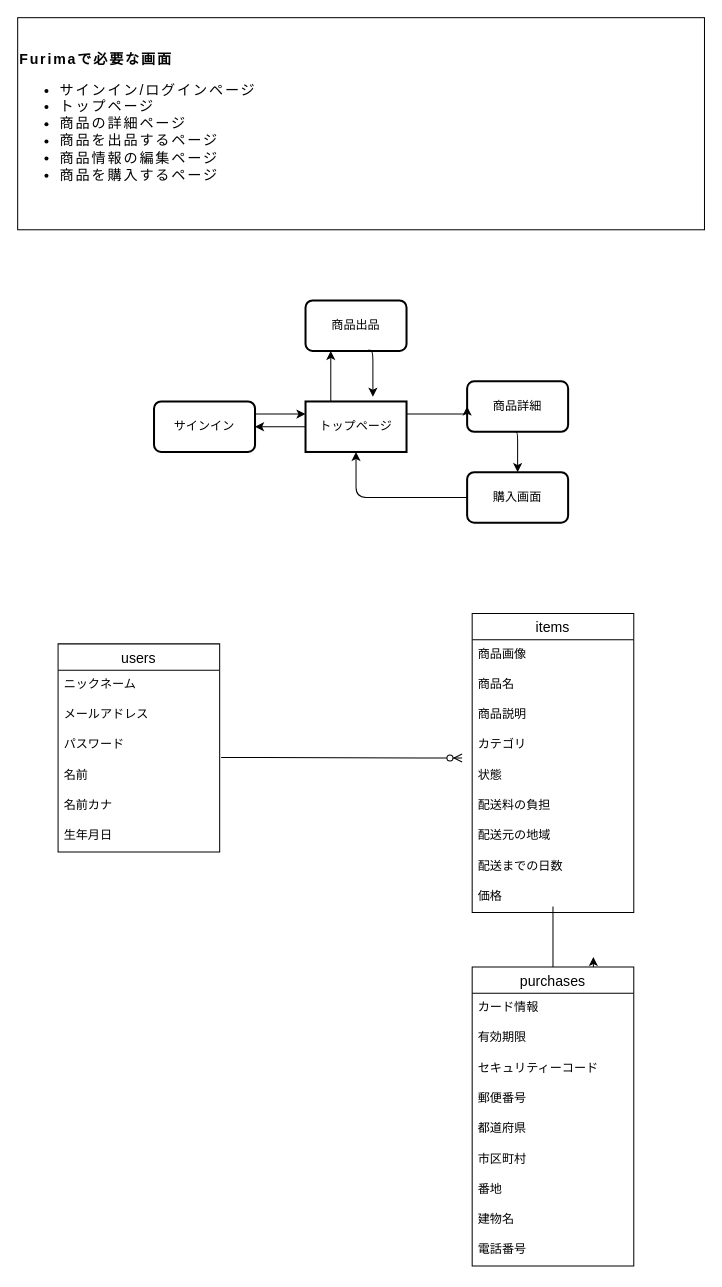
The draw.io diagram er.dio in YsDMei/furima-28179, before the edit. Source tidied: cells renumbered, new cells numbered last; positions are measured from the earlier drawing's top-left corner, leaving out a move shared by most shapes. Both pictures are drawn from the tidied source at 101%, with x=0, y=0 at pixel (17, 17).
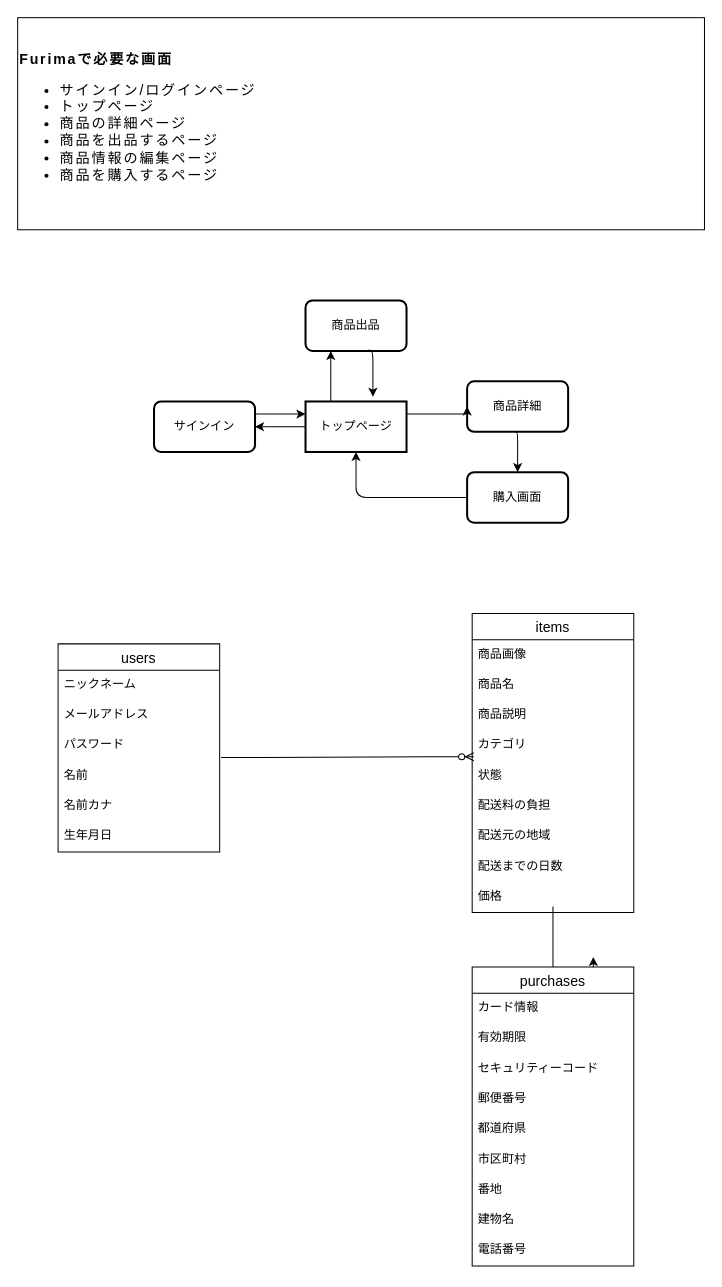
Above is the later version.

Commit message (it also covers changes not shown here):
テーブル設計の修正

Unchanged cells that the change refers to:
```xml
<mxCell id="19" value="名前" style="text;strokeColor=none;fillColor=none;spacingLeft=4;spacingRight=4;overflow=hidden;points=[[0,0.5],[1,0.5]];portConstraint=eastwest;fontSize=12;" parent="15" vertex="1">
  <mxGeometry y="116" width="160" height="30" as="geometry" />
</mxCell>
<mxCell id="27" value="状態" style="text;strokeColor=none;fillColor=none;spacingLeft=4;spacingRight=4;overflow=hidden;points=[[0,0.5],[1,0.5]];portConstraint=eastwest;fontSize=12;" parent="22" vertex="1">
  <mxGeometry y="146" width="160" height="30" as="geometry" />
</mxCell>
```

Change to the diagram source:
```diff
@@
-    <mxCell id="32" style="edgeStyle=entityRelationEdgeStyle;fontSize=12;html=1;endArrow=ERzeroToMany;endFill=1;exitX=1.009;exitY=-0.116;exitDx=0;exitDy=0;exitPerimeter=0;" parent="1" edge="1" source="19">
-      <mxGeometry relative="1" as="geometry">
-        <mxPoint x="440" y="733" as="targetPoint" />
-      </mxGeometry>
+    <mxCell id="32" style="edgeStyle=entityRelationEdgeStyle;fontSize=12;html=1;endArrow=ERzeroToMany;endFill=1;exitX=1.009;exitY=-0.116;exitDx=0;exitDy=0;exitPerimeter=0;entryX=0.01;entryY=-0.142;entryDx=0;entryDy=0;entryPerimeter=0;" parent="1" edge="1" source="19" target="27">
+      <mxGeometry relative="1" as="geometry" />
     </mxCell>
```
